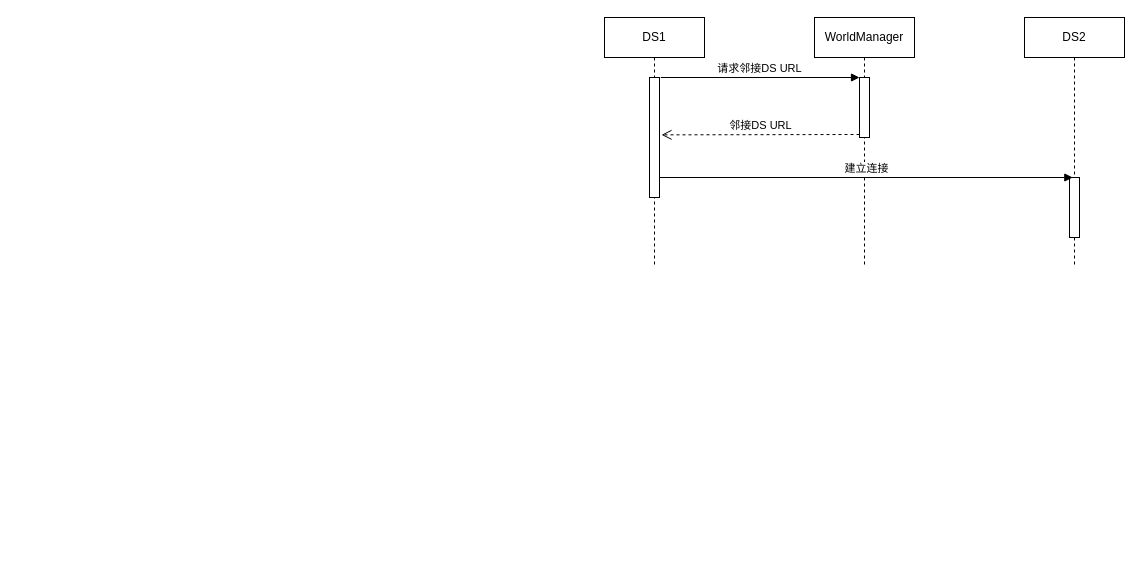
Above: page "Page-4" (4 of 4) of 未命名绘图.drawio in bombshen/bombshen (draw.io), before the change. Source tidied: cells renumbered, new cells numbered last; positions are measured from the earlier drawing's top-left corner, leaving out a move shared by most shapes. Both pictures are drawn from the tidied source at 100%, with x=0, y=0 at pixel (604, 17).
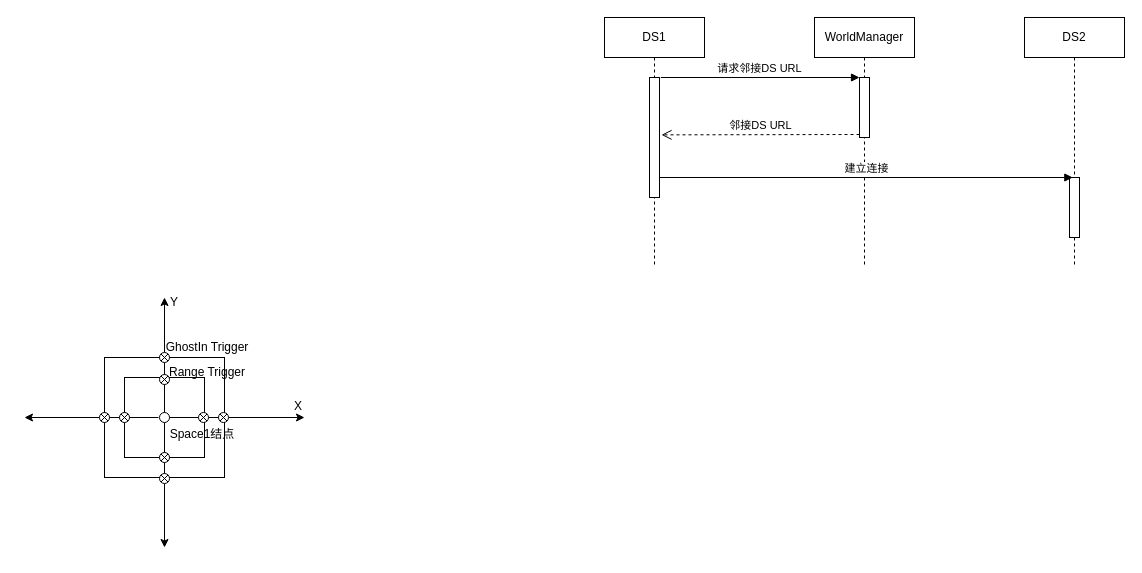
The same page after the edit.

Commit message (it also covers changes not shown here):
Update 未命名绘图.drawio

Diff of the diagram source:
```diff
@@
+    <mxCell id="11" style="whiteSpace=wrap;html=1;" parent="1" vertex="1">
+      <mxGeometry x="-500" y="340" width="120" height="120" as="geometry" />
+    </mxCell>
+    <mxCell id="12" style="whiteSpace=wrap;html=1;" parent="1" vertex="1">
+      <mxGeometry x="-480" y="360" width="80" height="80" as="geometry" />
+    </mxCell>
@@
+    <mxCell id="13" style="endArrow=classic;html=1;rounded=0;startArrow=none;" parent="1" edge="1" source="27">
+      <mxGeometry relative="1" as="geometry">
+        <mxPoint x="-440" y="280" as="targetPoint" />
+      </mxGeometry>
+    </mxCell>
+    <mxCell id="14" value="X" style="text;html=1;strokeColor=none;fillColor=none;align=center;verticalAlign=middle;whiteSpace=wrap;rounded=0;" parent="1" vertex="1">
+      <mxGeometry x="-336" y="374" width="60" height="30" as="geometry" />
+    </mxCell>
+    <mxCell id="15" value="Y" style="text;html=1;strokeColor=none;fillColor=none;align=center;verticalAlign=middle;whiteSpace=wrap;rounded=0;" parent="1" vertex="1">
+      <mxGeometry x="-460" y="270" width="60" height="30" as="geometry" />
+    </mxCell>
+    <mxCell id="16" style="ellipse;whiteSpace=wrap;html=1;" parent="1" vertex="1">
+      <mxGeometry x="-445" y="395" width="10" height="10" as="geometry" />
+    </mxCell>
+    <mxCell id="17" value="Space1结点" style="text;html=1;strokeColor=none;fillColor=none;align=center;verticalAlign=middle;whiteSpace=wrap;rounded=0;" parent="1" vertex="1">
+      <mxGeometry x="-437" y="402" width="70" height="30" as="geometry" />
+    </mxCell>
+    <mxCell id="18" style="endArrow=classic;html=1;rounded=0;startArrow=none;" parent="1" edge="1" source="31">
+      <mxGeometry relative="1" as="geometry">
+        <mxPoint x="-440" y="530" as="targetPoint" />
+      </mxGeometry>
+    </mxCell>
+    <mxCell id="19" style="endArrow=classic;html=1;rounded=0;startArrow=none;" parent="1" edge="1" source="29">
+      <mxGeometry relative="1" as="geometry">
+        <mxPoint x="-300" y="400" as="targetPoint" />
+      </mxGeometry>
+    </mxCell>
+    <mxCell id="20" style="endArrow=classic;html=1;rounded=0;startArrow=none;" parent="1" edge="1" source="33">
+      <mxGeometry relative="1" as="geometry">
+        <mxPoint x="-580" y="400" as="targetPoint" />
+      </mxGeometry>
+    </mxCell>
+    <mxCell id="21" style="verticalLabelPosition=bottom;verticalAlign=top;html=1;shape=mxgraph.flowchart.or;" parent="1" vertex="1">
+      <mxGeometry x="-445" y="357" width="10" height="10" as="geometry" />
+    </mxCell>
+    <mxCell id="22" style="endArrow=none;html=1;rounded=0;startArrow=none;" parent="1" edge="1" source="16" target="21">
+      <mxGeometry relative="1" as="geometry" />
+    </mxCell>
+    <mxCell id="23" style="verticalLabelPosition=bottom;verticalAlign=top;html=1;shape=mxgraph.flowchart.or;" parent="1" vertex="1">
+      <mxGeometry x="-485" y="395" width="10" height="10" as="geometry" />
+    </mxCell>
+    <mxCell id="24" style="endArrow=none;html=1;rounded=0;" parent="1" edge="1" target="23">
+      <mxGeometry relative="1" as="geometry">
+        <mxPoint x="-446" y="400" as="sourcePoint" />
+      </mxGeometry>
+    </mxCell>
+    <mxCell id="25" style="endArrow=none;html=1;rounded=0;exitX=0;exitY=0;exitDx=0;exitDy=0;" parent="1" edge="1" target="36">
+      <mxGeometry relative="1" as="geometry">
+        <mxPoint x="-435" y="400" as="sourcePoint" />
+      </mxGeometry>
+    </mxCell>
+    <mxCell id="26" value="Range Trigger" style="text;html=1;strokeColor=none;fillColor=none;align=center;verticalAlign=middle;whiteSpace=wrap;rounded=0;" parent="1" vertex="1">
+      <mxGeometry x="-438" y="340" width="82" height="30" as="geometry" />
+    </mxCell>
+    <mxCell id="27" style="verticalLabelPosition=bottom;verticalAlign=top;html=1;shape=mxgraph.flowchart.or;" parent="1" vertex="1">
+      <mxGeometry x="-445" y="335" width="10" height="10" as="geometry" />
+    </mxCell>
+    <mxCell id="28" style="endArrow=none;html=1;rounded=0;startArrow=none;" parent="1" edge="1" source="21" target="27">
+      <mxGeometry relative="1" as="geometry" />
+    </mxCell>
+    <mxCell id="29" style="verticalLabelPosition=bottom;verticalAlign=top;html=1;shape=mxgraph.flowchart.or;" parent="1" vertex="1">
+      <mxGeometry x="-386" y="395" width="10" height="10" as="geometry" />
+    </mxCell>
+    <mxCell id="30" style="endArrow=none;html=1;rounded=0;startArrow=none;" parent="1" edge="1" target="29">
+      <mxGeometry relative="1" as="geometry">
+        <mxPoint x="-405" y="400" as="sourcePoint" />
+      </mxGeometry>
+    </mxCell>
+    <mxCell id="31" style="verticalLabelPosition=bottom;verticalAlign=top;html=1;shape=mxgraph.flowchart.or;" parent="1" vertex="1">
+      <mxGeometry x="-445" y="456" width="10" height="10" as="geometry" />
+    </mxCell>
+    <mxCell id="32" style="endArrow=none;html=1;rounded=0;" parent="1" edge="1" target="31">
+      <mxGeometry relative="1" as="geometry">
+        <mxPoint x="-440" y="405" as="sourcePoint" />
+      </mxGeometry>
+    </mxCell>
+    <mxCell id="33" style="verticalLabelPosition=bottom;verticalAlign=top;html=1;shape=mxgraph.flowchart.or;" parent="1" vertex="1">
+      <mxGeometry x="-505" y="395" width="10" height="10" as="geometry" />
+    </mxCell>
+    <mxCell id="34" style="endArrow=none;html=1;rounded=0;startArrow=none;" parent="1" edge="1" source="23" target="33">
+      <mxGeometry relative="1" as="geometry" />
+    </mxCell>
+    <mxCell id="35" style="verticalLabelPosition=bottom;verticalAlign=top;html=1;shape=mxgraph.flowchart.or;" parent="1" vertex="1">
+      <mxGeometry x="-445" y="435" width="10" height="10" as="geometry" />
+    </mxCell>
+    <mxCell id="36" style="verticalLabelPosition=bottom;verticalAlign=top;html=1;shape=mxgraph.flowchart.or;" parent="1" vertex="1">
+      <mxGeometry x="-406" y="395" width="10" height="10" as="geometry" />
+    </mxCell>
+    <mxCell id="37" value="GhostIn Trigger" style="text;html=1;strokeColor=none;fillColor=none;align=center;verticalAlign=middle;whiteSpace=wrap;rounded=0;" parent="1" vertex="1">
+      <mxGeometry x="-442" y="315" width="90" height="30" as="geometry" />
+    </mxCell>
```
